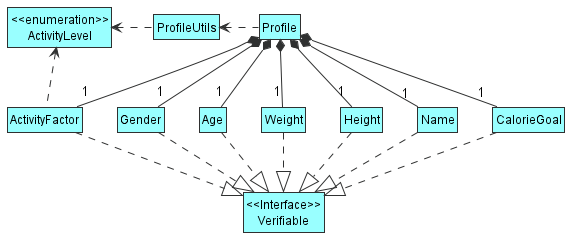
This is docs/images/ProfileClassDiagram.png from tryyang2001/tp, a PlantUML export, as it was before one commit.
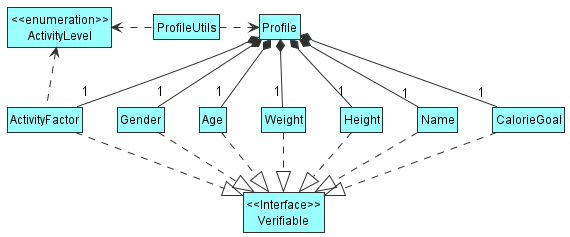
The same file after the commit.

Diff of the diagram source:
```diff
@@ -26,7 +26,7 @@
 Profile *-- "1" ActivityFactor
 ActivityFactor .up.> "<<enumeration>>\nActivityLevel"
 ProfileUtils .left.> "<<enumeration>>\nActivityLevel"
-Profile .left.> ProfileUtils
+Profile <.left. ProfileUtils
 
 "<<Interface>>\nVerifiable" <|.up. Name
 "<<Interface>>\nVerifiable" <|.up. Height
```
